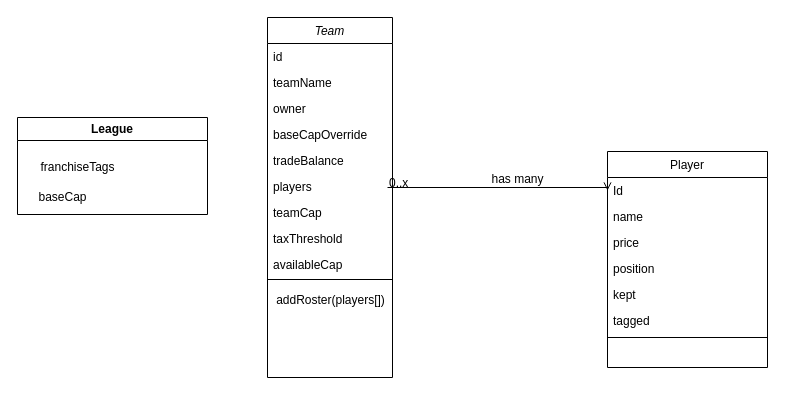
Earlier version of the draw.io diagram Untitled Diagram.drawio (justincajayon/ffifa). Source tidied: cells renumbered, new cells numbered last; positions are measured from the earlier drawing's top-left corner, leaving out a move shared by most shapes. Both pictures are drawn from the tidied source at 100%, with x=0, y=0 at pixel (17, 17).
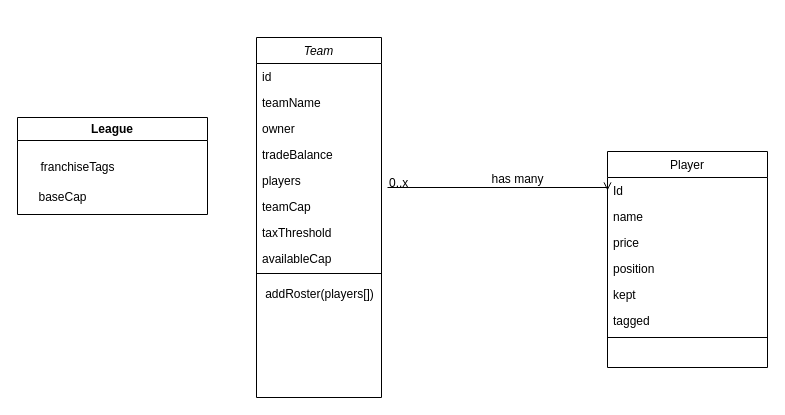
The same diagram, later.

Diff of the diagram source:
```diff
@@
     <mxCell id="2" value="Team" style="swimlane;fontStyle=2;align=center;verticalAlign=top;horizontal=1;startSize=26;rounded=0;shadow=0;strokeWidth=1;" parent="1" vertex="1">
-      <mxGeometry x="250" width="125" height="360" as="geometry" />
+      <mxGeometry x="239" y="20" width="125" height="360" as="geometry" />
     </mxCell>
@@
-    <mxCell id="6" value="baseCapOverride&#10;" style="text;align=left;verticalAlign=top;spacingLeft=4;spacingRight=4;overflow=hidden;rounded=0;shadow=0;html=0;" parent="2" vertex="1">
-      <mxGeometry y="104" width="125" height="26" as="geometry" />
-    </mxCell>
     <mxCell id="7" value="tradeBalance&#10;" style="text;align=left;verticalAlign=top;spacingLeft=4;spacingRight=4;overflow=hidden;rounded=0;shadow=0;html=0;" parent="2" vertex="1">
-      <mxGeometry y="130" width="125" height="26" as="geometry" />
+      <mxGeometry y="104" width="125" height="26" as="geometry" />
     </mxCell>
     <mxCell id="8" value="players" style="text;align=left;verticalAlign=top;spacingLeft=4;spacingRight=4;overflow=hidden;rounded=0;shadow=0;html=0;" parent="2" vertex="1">
-      <mxGeometry y="156" width="125" height="26" as="geometry" />
+      <mxGeometry y="130" width="125" height="26" as="geometry" />
     </mxCell>
     <mxCell id="9" value="teamCap" style="text;align=left;verticalAlign=top;spacingLeft=4;spacingRight=4;overflow=hidden;rounded=0;shadow=0;html=0;" parent="2" vertex="1">
-      <mxGeometry y="182" width="125" height="26" as="geometry" />
+      <mxGeometry y="156" width="125" height="26" as="geometry" />
     </mxCell>
     <mxCell id="10" value="taxThreshold" style="text;align=left;verticalAlign=top;spacingLeft=4;spacingRight=4;overflow=hidden;rounded=0;shadow=0;html=0;" parent="2" vertex="1">
-      <mxGeometry y="208" width="125" height="26" as="geometry" />
+      <mxGeometry y="182" width="125" height="26" as="geometry" />
     </mxCell>
     <mxCell id="11" value="availableCap" style="text;align=left;verticalAlign=top;spacingLeft=4;spacingRight=4;overflow=hidden;rounded=0;shadow=0;html=0;" parent="2" vertex="1">
-      <mxGeometry y="234" width="125" height="22" as="geometry" />
+      <mxGeometry y="208" width="125" height="22" as="geometry" />
     </mxCell>
     <mxCell id="12" style="line;html=1;strokeWidth=1;align=left;verticalAlign=middle;spacingTop=-1;spacingLeft=3;spacingRight=3;labelPosition=right;" parent="2" vertex="1">
-      <mxGeometry y="256" width="125" height="12" as="geometry" />
+      <mxGeometry y="230" width="125" height="12" as="geometry" />
     </mxCell>
     <mxCell id="13" value="addRoster(players[])" style="text;html=1;align=center;verticalAlign=middle;strokeColor=none;fillColor=none;" parent="2" vertex="1">
-      <mxGeometry y="268" width="125" height="30" as="geometry" />
+      <mxGeometry y="242" width="125" height="30" as="geometry" />
     </mxCell>
```
